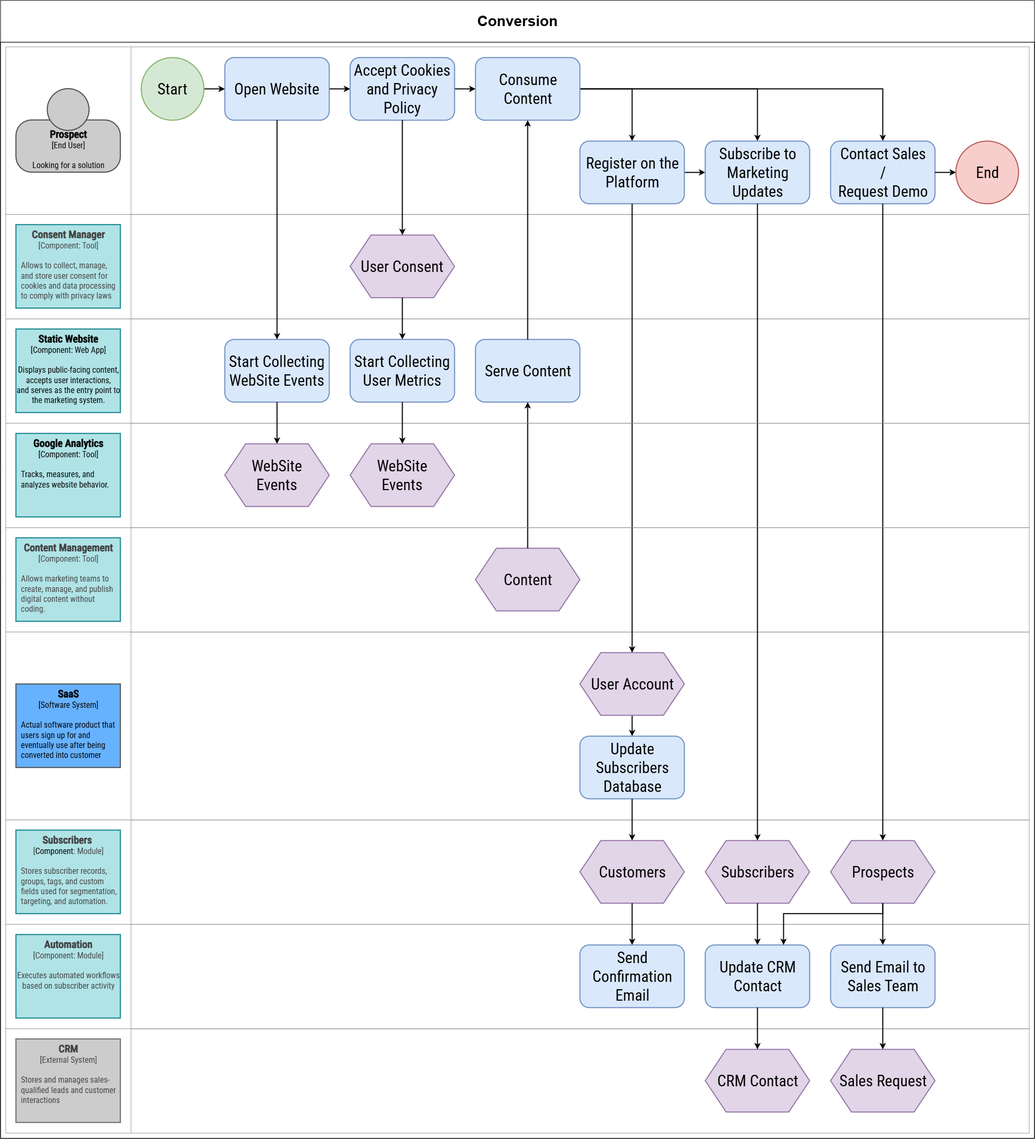
software-architecture-guild/modeling-software-architecture keeps this draw.io diagram as chapter-09/figure-9.12.drawio.png. Above is the earlier version. Source tidied: cells renumbered, new cells last; positions are measured from the earlier drawing's top-left corner, leaving out a move shared by most shapes.
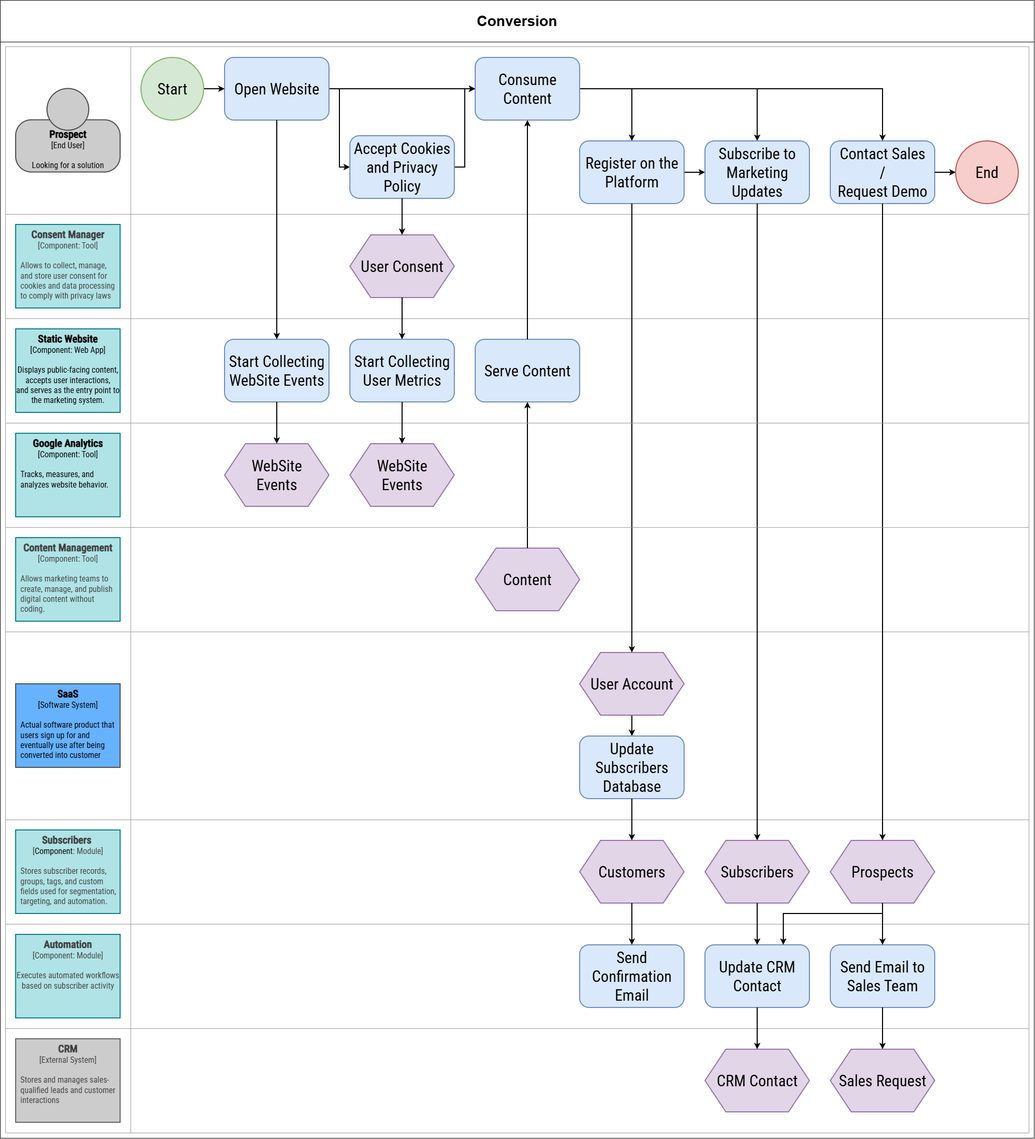
After the commit.

What changed in the source:
```diff
@@ -54,6 +54,9 @@
     <mxCell id="17" style="edgeStyle=orthogonalEdgeStyle;rounded=0;jettySize=auto;html=1;exitX=1;exitY=0.5;exitDx=0;exitDy=0;entryX=0;entryY=0.5;entryDx=0;entryDy=0;fontFamily=Roboto Condensed;fontSource=https%3A%2F%2Ffonts.googleapis.com%2Fcss%3Ffamily%3DRoboto%2BCondensed;fontSize=30;strokeWidth=2;" parent="12" edge="1" source="18" target="22">
       <mxGeometry relative="1" as="geometry" />
     </mxCell>
+    <mxCell id="75" style="edgeStyle=none;shape=connector;rounded=0;html=1;strokeColor=#000000;strokeWidth=2;align=center;verticalAlign=middle;fontFamily=IBM Plex Mono;fontSource=https%3A%2F%2Ffonts.googleapis.com%2Fcss%3Ffamily%3DIBM%2BPlex%2BMono;fontSize=11;fontColor=#000000;labelBackgroundColor=default;endArrow=classic;" parent="12" edge="1" source="18" target="16">
+      <mxGeometry relative="1" as="geometry" />
+    </mxCell>
     <mxCell id="18" value="Open Website" style="rounded=1;whiteSpace=wrap;html=1;fontSize=30;fontFamily=Roboto Condensed;fontSource=https%3A%2F%2Ffonts.googleapis.com%2Fcss%3Ffamily%3DRoboto%2BCondensed;strokeWidth=2;fillColor=#dae8fc;strokeColor=#6c8ebf;" parent="12" vertex="1">
       <mxGeometry x="420" y="21" width="200" height="120" as="geometry" />
     </mxCell>
@@ -67,7 +70,7 @@
       <mxGeometry relative="1" as="geometry" />
     </mxCell>
     <mxCell id="22" value="Accept Cookies and Privacy Policy" style="rounded=1;whiteSpace=wrap;html=1;fontSize=30;fontFamily=Roboto Condensed;fontSource=https%3A%2F%2Ffonts.googleapis.com%2Fcss%3Ffamily%3DRoboto%2BCondensed;strokeWidth=2;fillColor=#dae8fc;strokeColor=#6c8ebf;" parent="12" vertex="1">
-      <mxGeometry x="660" y="21" width="200" height="120" as="geometry" />
+      <mxGeometry x="660" y="171" width="200" height="120" as="geometry" />
     </mxCell>
     <mxCell id="23" style="edgeStyle=orthogonalEdgeStyle;rounded=0;jettySize=auto;html=1;exitX=1;exitY=0.5;exitDx=0;exitDy=0;fontFamily=Roboto Condensed;fontSource=https%3A%2F%2Ffonts.googleapis.com%2Fcss%3Ffamily%3DRoboto%2BCondensed;fontSize=30;strokeWidth=2;" parent="12" edge="1" source="24" target="25">
       <mxGeometry relative="1" as="geometry" />
```
